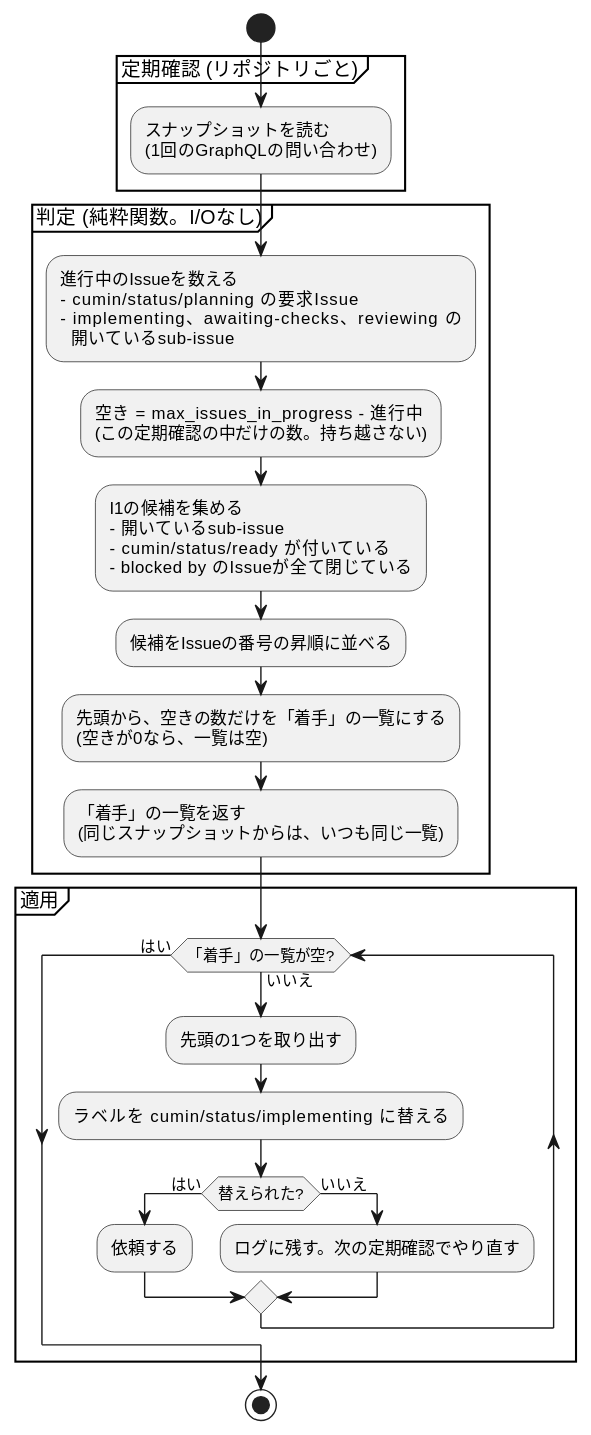
This is docs/ja/designs/cumin-core-decide.svg from cloveclovedev/cumin-works, a PlantUML export, as it was before one commit.
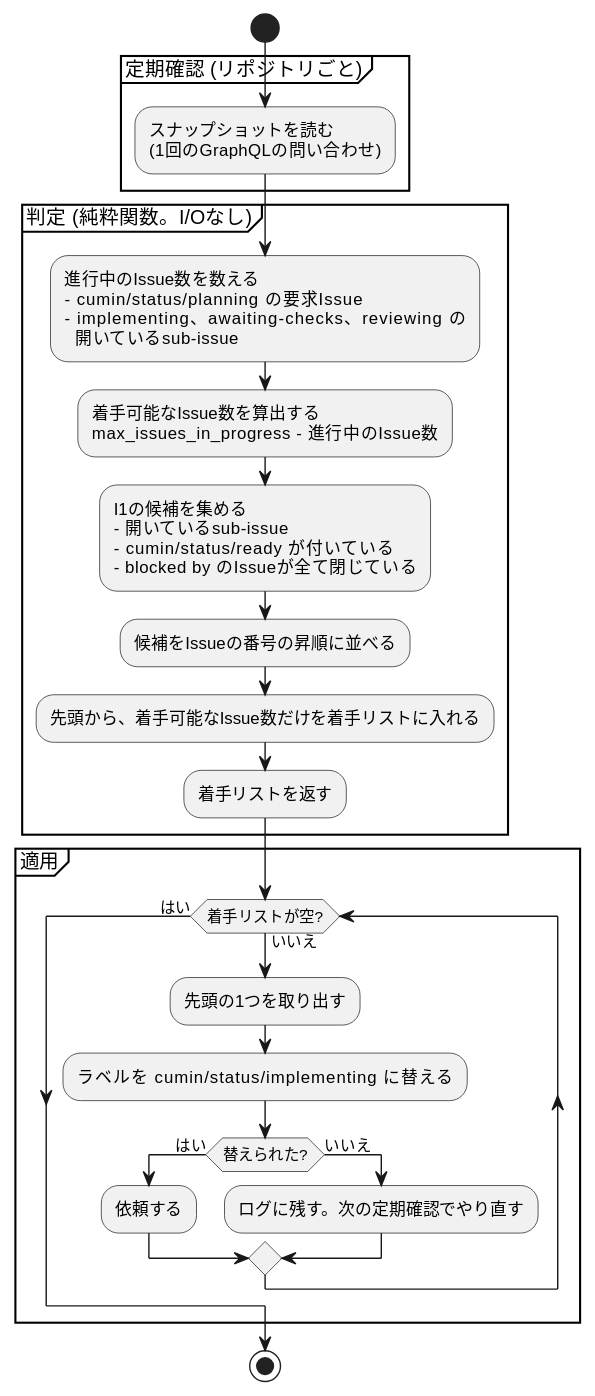
Later version of the same file.

Commit message:
docs(designs): reword the poll decision flowchart

Refs #63

Claude-Session: https://claude.ai/code/session_01CuH4C7GSopw23VYFhpxdmr

What changed in the source:
```diff
@@ -8,24 +8,22 @@
   (1回のGraphQLの問い合わせ);
 }
 partition "判定 (純粋関数。I/Oなし)" {
-  :進行中のIssueを数える
+  :進行中のIssue数を数える
   - cumin/status/planning の要求Issue
   - implementing、awaiting-checks、reviewing の
     開いているsub-issue;
-  :空き = max_issues_in_progress - 進行中
-  (この定期確認の中だけの数。持ち越さない);
+  :着手可能なIssue数を算出する
+  max_issues_in_progress - 進行中のIssue数;
   :I1の候補を集める
   - 開いているsub-issue
   - cumin/status/ready が付いている
   - blocked by のIssueが全て閉じている;
   :候補をIssueの番号の昇順に並べる;
-  :先頭から、空きの数だけを「着手」の一覧にする
-  (空きが0なら、一覧は空);
-  :「着手」の一覧を返す
-  (同じスナップショットからは、いつも同じ一覧);
+  :先頭から、着手可能なIssue数だけを着手リストに入れる;
+  :着手リストを返す;
 }
 partition "適用" {
-  while (「着手」の一覧が空?) is (いいえ)
+  while (着手リストが空?) is (いいえ)
     :先頭の1つを取り出す;
     :ラベルを cumin/status/implementing に替える;
     if (替えられた?) then (はい)
```
